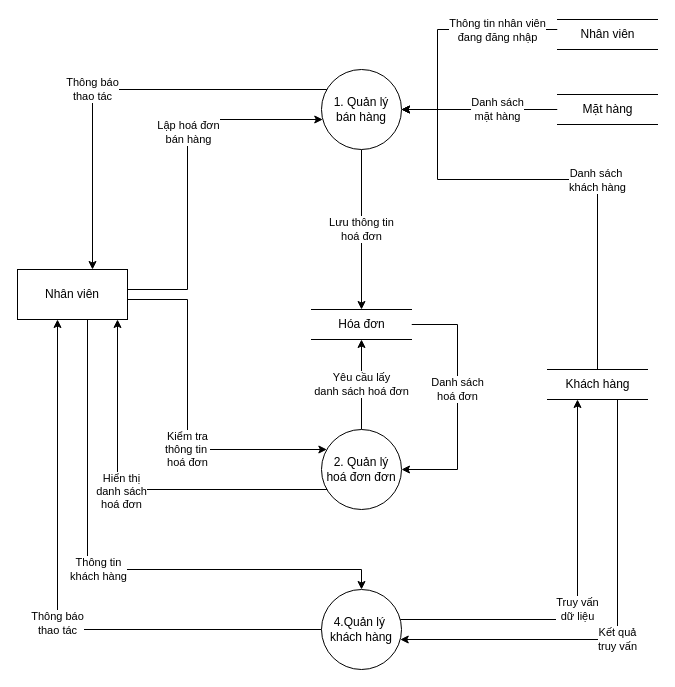
EdgarIgnite16/HTTTDN-Project keeps this draw.io diagram as page "DFD Mức 1 - Nhân viên" (4 of 7) of Document/ĐồÁn/Diagram/Sơ đồ chức năng ministore.drawio. Above is the earlier version. Source tidied: cells renumbered, new cells numbered last; positions are measured from the earlier drawing's top-left corner, leaving out a move shared by most shapes. Both pictures are drawn from the tidied source at 100%, with x=0, y=0 at pixel (17, 19).
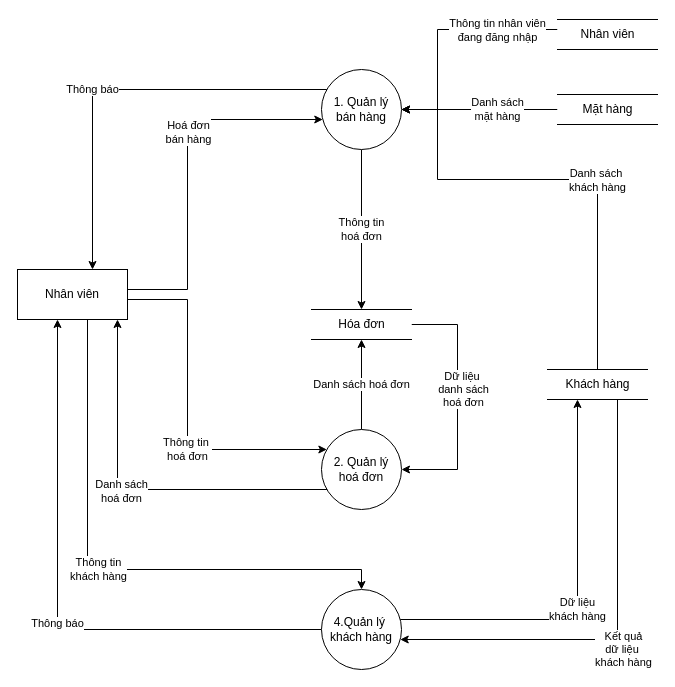
The same diagram, later.

Unchanged cells that the change refers to:
```xml
<mxCell id="3" style="edgeStyle=orthogonalEdgeStyle;rounded=0;jettySize=auto;html=1;" parent="1" edge="1" target="26">
  <mxGeometry relative="1" as="geometry">
    <mxPoint x="334.4" y="470" as="sourcePoint" />
    <Array as="points">
      <mxPoint x="100" y="470" />
    </Array>
  </mxGeometry>
</mxCell>
<mxCell id="8" value="1. Quản lý bán hàng" style="ellipse;whiteSpace=wrap;html=1;fontFamily=Helvetica;" parent="1" vertex="1">
  <mxGeometry x="304" y="50" width="80" height="80" as="geometry" />
</mxCell>
<mxCell id="11" value="4.Quản lý&amp;nbsp;&lt;div&gt;khách hàng&lt;/div&gt;" style="ellipse;whiteSpace=wrap;html=1;fontFamily=Helvetica;" parent="1" vertex="1">
  <mxGeometry x="304" y="570" width="80" height="80" as="geometry" />
</mxCell>
<mxCell id="13" value="Hóa đơn" style="html=1;dashed=0;whitespace=wrap;shape=partialRectangle;right=0;left=0;fontFamily=Helvetica;" parent="1" vertex="1">
  <mxGeometry x="294" y="290" width="100" height="30" as="geometry" />
</mxCell>
<mxCell id="19" value="Khách hàng" style="html=1;dashed=0;whitespace=wrap;shape=partialRectangle;right=0;left=0;fontFamily=Helvetica;" parent="1" vertex="1">
  <mxGeometry x="530" y="350" width="100" height="30" as="geometry" />
</mxCell>
<mxCell id="22" style="edgeStyle=orthogonalEdgeStyle;rounded=0;jettySize=auto;html=1;" parent="1" edge="1" source="26" target="8">
  <mxGeometry relative="1" as="geometry">
    <Array as="points">
      <mxPoint x="170" y="270" />
      <mxPoint x="170" y="100" />
    </Array>
  </mxGeometry>
</mxCell>
<mxCell id="26" value="Nhân viên" style="html=1;whiteSpace=wrap;" parent="1" vertex="1">
  <mxGeometry y="250" width="110" height="50" as="geometry" />
</mxCell>
```

Diff of the diagram source:
```diff
@@
-    <mxCell id="2" value="Yêu cầu lấy&lt;div&gt;danh sách hoá đơn&lt;/div&gt;" style="edgeStyle=orthogonalEdgeStyle;rounded=0;jettySize=auto;html=1;" parent="1" edge="1" source="5" target="13">
+    <mxCell id="2" value="&lt;div&gt;Danh sách hoá đơn&lt;/div&gt;" style="edgeStyle=orthogonalEdgeStyle;rounded=0;jettySize=auto;html=1;" parent="1" edge="1" source="5" target="13">
       <mxGeometry relative="1" as="geometry">
         <Array as="points">
           <mxPoint x="344" y="370" />
           <mxPoint x="344" y="370" />
         </Array>
       </mxGeometry>
     </mxCell>
@@
-    <mxCell id="4" value="Hiển thị&lt;div&gt;danh sách&lt;/div&gt;&lt;div&gt;hoá đơn&lt;/div&gt;" style="edgeLabel;html=1;align=center;verticalAlign=middle;" parent="3" vertex="1">
+    <mxCell id="4" value="&lt;div&gt;Danh sách&lt;br&gt;&lt;/div&gt;&lt;div&gt;hoá đơn&lt;/div&gt;" style="edgeLabel;html=1;align=center;verticalAlign=middle;" parent="3" vertex="1">
       <mxGeometry x="0.14" y="1" relative="1" as="geometry" />
     </mxCell>
-    <mxCell id="5" value="2. Quản lý&lt;br&gt;hoá đơn đơn" style="ellipse;whiteSpace=wrap;html=1;fontFamily=Helvetica;" parent="1" vertex="1">
+    <mxCell id="5" value="2. Quản lý&lt;br&gt;hoá đơn" style="ellipse;whiteSpace=wrap;html=1;fontFamily=Helvetica;" parent="1" vertex="1">
       <mxGeometry x="304" y="410" width="80" height="80" as="geometry" />
     </mxCell>
-    <mxCell id="6" value="Lưu thông tin&lt;div&gt;hoá đơn&lt;/div&gt;" style="edgeStyle=orthogonalEdgeStyle;rounded=0;jettySize=auto;html=1;" parent="1" edge="1" source="8" target="13">
+    <mxCell id="6" value="Thông tin&lt;div&gt;hoá đơn&lt;/div&gt;" style="edgeStyle=orthogonalEdgeStyle;rounded=0;jettySize=auto;html=1;" parent="1" edge="1" source="8" target="13">
       <mxGeometry relative="1" as="geometry" />
     </mxCell>
-    <mxCell id="7" value="Thông báo&lt;div&gt;thao tác&lt;/div&gt;" style="edgeStyle=orthogonalEdgeStyle;rounded=0;jettySize=auto;html=1;" parent="1" edge="1" source="8" target="26">
+    <mxCell id="7" value="Thông báo" style="edgeStyle=orthogonalEdgeStyle;rounded=0;jettySize=auto;html=1;" parent="1" edge="1" source="8" target="26">
       <mxGeometry x="0.13" relative="1" as="geometry">
         <Array as="points">
           <mxPoint x="75" y="70" />
         </Array>
       </mxGeometry>
     </mxCell>
@@
-    <mxCell id="9" value="Truy vấn&lt;div&gt;dữ liệu&lt;/div&gt;" style="edgeStyle=orthogonalEdgeStyle;rounded=0;jettySize=auto;html=1;" parent="1" edge="1" source="11" target="19">
+    <mxCell id="9" value="&lt;div&gt;Dữ liệu&lt;/div&gt;&lt;div&gt;khách hàng&lt;/div&gt;" style="edgeStyle=orthogonalEdgeStyle;rounded=0;jettySize=auto;html=1;" parent="1" edge="1" source="11" target="19">
       <mxGeometry x="-0.06" relative="1" as="geometry">
         <Array as="points">
           <mxPoint x="560" y="600" />
         </Array>
       </mxGeometry>
     </mxCell>
-    <mxCell id="10" value="Thông báo&lt;div&gt;thao tác&lt;/div&gt;" style="edgeStyle=orthogonalEdgeStyle;rounded=0;jettySize=auto;html=1;" parent="1" edge="1" source="11" target="26">
+    <mxCell id="10" value="Thông báo" style="edgeStyle=orthogonalEdgeStyle;rounded=0;jettySize=auto;html=1;" parent="1" edge="1" source="11" target="26">
       <mxGeometry x="-0.06" relative="1" as="geometry">
         <Array as="points">
           <mxPoint x="40" y="610" />
         </Array>
       </mxGeometry>
     </mxCell>
@@
-    <mxCell id="12" value="Danh sách&lt;div&gt;hoá đơn&lt;/div&gt;" style="edgeStyle=orthogonalEdgeStyle;rounded=0;jettySize=auto;html=1;" parent="1" edge="1" source="13" target="5">
-      <mxGeometry x="-0.1" relative="1" as="geometry">
+    <mxCell id="12" value="Dữ liệu&amp;nbsp;&lt;div&gt;danh sách&lt;div&gt;hoá đơn&lt;/div&gt;&lt;/div&gt;" style="edgeStyle=orthogonalEdgeStyle;rounded=0;jettySize=auto;html=1;" parent="1" edge="1" source="13" target="5">
+      <mxGeometry x="-0.1" y="6" relative="1" as="geometry">
         <Array as="points">
           <mxPoint x="440" y="305" />
           <mxPoint x="440" y="450" />
         </Array>
       </mxGeometry>
     </mxCell>
@@
-    <mxCell id="18" value="Kết quả&lt;div&gt;truy vấn&lt;/div&gt;" style="edgeStyle=orthogonalEdgeStyle;rounded=0;jettySize=auto;html=1;" parent="1" edge="1" source="19" target="11">
-      <mxGeometry x="0.05" relative="1" as="geometry">
+    <mxCell id="18" value="Kết quả&lt;div&gt;dữ liệu&amp;nbsp;&lt;/div&gt;&lt;div&gt;khách hàng&lt;/div&gt;" style="edgeStyle=orthogonalEdgeStyle;rounded=0;jettySize=auto;html=1;" parent="1" edge="1" source="19" target="11">
+      <mxGeometry x="0.05" y="12" relative="1" as="geometry">
         <Array as="points">
           <mxPoint x="600" y="620" />
         </Array>
+        <mxPoint x="6" y="-2" as="offset" />
       </mxGeometry>
     </mxCell>
@@
-    <mxCell id="23" value="Lập hoá đơn&lt;div&gt;bán hàng&lt;/div&gt;" style="edgeLabel;html=1;align=center;verticalAlign=middle;" parent="22" vertex="1">
+    <mxCell id="23" value="Hoá đơn&lt;div&gt;&lt;div&gt;bán hàng&lt;/div&gt;&lt;/div&gt;" style="edgeLabel;html=1;align=center;verticalAlign=middle;" parent="22" vertex="1">
       <mxGeometry x="0.01" relative="1" as="geometry">
         <mxPoint y="-34" as="offset" />
       </mxGeometry>
     </mxCell>
-    <mxCell id="24" value="Kiểm tra&lt;div&gt;thông tin&amp;nbsp;&lt;/div&gt;&lt;div&gt;hoá đơn&lt;/div&gt;" style="edgeStyle=orthogonalEdgeStyle;rounded=0;jettySize=auto;html=1;" parent="1" edge="1" source="26" target="5">
+    <mxCell id="24" value="&lt;div&gt;Thông tin&amp;nbsp;&lt;/div&gt;&lt;div&gt;hoá đơn&lt;/div&gt;" style="edgeStyle=orthogonalEdgeStyle;rounded=0;jettySize=auto;html=1;" parent="1" edge="1" source="26" target="5">
       <mxGeometry x="0.2" relative="1" as="geometry">
         <Array as="points">
           <mxPoint x="170" y="280" />
           <mxPoint x="170" y="430" />
         </Array>
       </mxGeometry>
     </mxCell>
```
